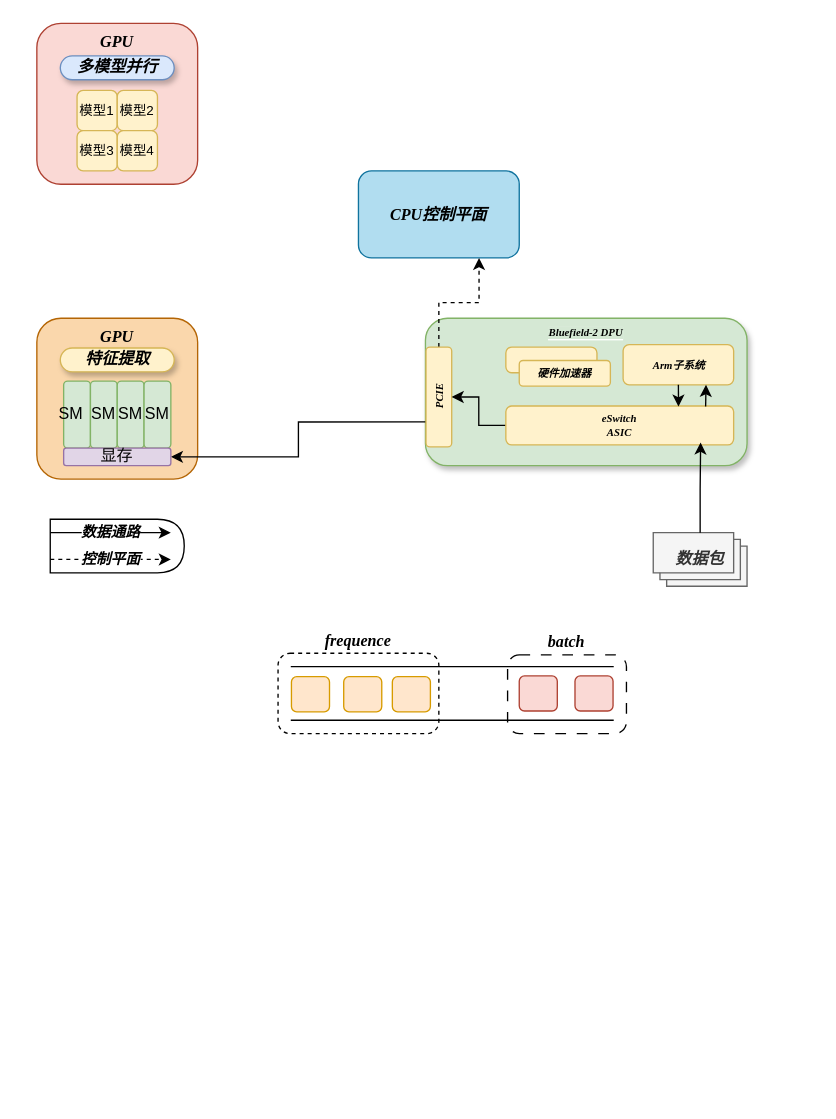
Before: 未命名绘图.drawio in CHRIS123540/GPU, a draw.io diagram. Source tidied: cells renumbered, new cells numbered last; positions are measured from the earlier drawing's top-left corner, leaving out a move shared by most shapes. Both pictures are drawn from the tidied source at 134%, with x=0, y=0 at pixel (23, 23).
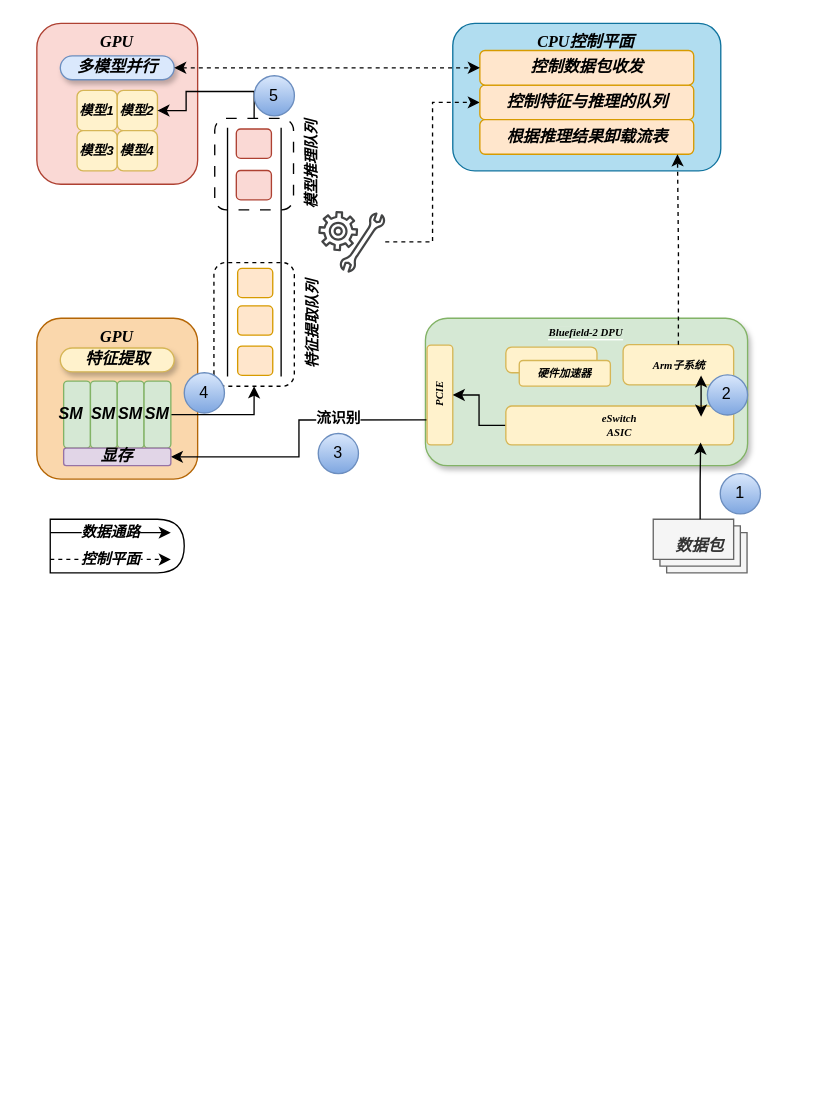
The same page after the edit.

Commit message (it also covers changes not shown here):
更新未命名绘图.drawio

Unchanged cells that the change refers to:
```xml
<mxCell id="12" value="多模型并行" style="rounded=1;whiteSpace=wrap;html=1;arcSize=50;fillColor=#dae8fc;strokeColor=#6c8ebf;shadow=1;fillStyle=auto;fontFamily=Times New Roman;fontStyle=3;" parent="2" vertex="1">
  <mxGeometry x="27.5" y="24.2" width="85" height="17.8" as="geometry" />
</mxCell>
<mxCell id="14" style="edgeStyle=orthogonalEdgeStyle;rounded=0;jettySize=auto;html=1;exitX=1;exitY=0.25;exitDx=0;exitDy=0;entryX=1;entryY=0.5;entryDx=0;entryDy=0;" parent="2" edge="1" source="16" target="26">
  <mxGeometry relative="1" as="geometry" />
</mxCell>
<mxCell id="18" value="&lt;font style=&quot;font-size: 8px;&quot;&gt;eSwitch&lt;br&gt;&lt;span style=&quot;font-size: 8px;&quot;&gt;&lt;span style=&quot;font-size: 8px;&quot;&gt;ASIC&lt;br style=&quot;font-size: 8px;&quot;&gt;&lt;/span&gt;&lt;/span&gt;&lt;/font&gt;" style="rounded=1;html=1;fillColor=#fff2cc;strokeColor=#d6b656;direction=north;fontStyle=3;verticalAlign=middle;horizontal=1;whiteSpace=wrap;fontSize=8;fontFamily=Times New Roman;" parent="2" vertex="1">
  <mxGeometry x="360" y="285.5" width="170" height="29" as="geometry" />
</mxCell>
<mxCell id="19" value="&lt;font style=&quot;font-size: 8px;&quot;&gt;&lt;span style=&quot;font-size: 8px;&quot;&gt;&lt;span style=&quot;font-size: 8px;&quot;&gt;Arm子系统&lt;br style=&quot;font-size: 8px;&quot;&gt;&lt;/span&gt;&lt;/span&gt;&lt;/font&gt;" style="rounded=1;html=1;fillColor=#fff2cc;strokeColor=#d6b656;direction=north;fontStyle=3;verticalAlign=middle;horizontal=1;whiteSpace=wrap;fontSize=8;fontFamily=Times New Roman;" parent="2" vertex="1">
  <mxGeometry x="447.5" y="239.7" width="82.5" height="30" as="geometry" />
</mxCell>
```

What changed in the source:
```diff
@@
+    <mxCell id="43" style="group;" parent="1" vertex="1">
+      <mxGeometry width="550" height="420" as="geometry" />
+    </mxCell>
-    <mxCell id="2" style="group;" parent="1" vertex="1">
+    <mxCell id="2" style="group;" parent="43" vertex="1">
       <mxGeometry width="550" height="420" as="geometry" />
     </mxCell>
@@
     <mxCell id="4" value="数据包" style="verticalLabelPosition=middle;verticalAlign=middle;html=1;shape=mxgraph.basic.layered_rect;dx=10;outlineConnect=0;whiteSpace=wrap;horizontal=1;fontStyle=3;labelPosition=center;align=center;fontFamily=Times New Roman;fillColor=#f5f5f5;fontColor=#333333;strokeColor=#666666;" parent="2" vertex="1">
-      <mxGeometry x="470" y="380" width="70" height="40" as="geometry" />
+      <mxGeometry x="470" y="370" width="70" height="40" as="geometry" />
     </mxCell>
-    <mxCell id="5" value="CPU控制平面" style="rounded=1;whiteSpace=wrap;html=1;fillColor=#b1ddf0;strokeColor=#10739e;fontFamily=Times New Roman;fontStyle=3;" parent="2" vertex="1">
-      <mxGeometry x="250" y="110" width="120" height="65" as="geometry" />
+    <mxCell id="5" value="CPU控制平面" style="rounded=1;whiteSpace=wrap;html=1;fillColor=#b1ddf0;strokeColor=#10739e;fontFamily=Times New Roman;fontStyle=3;labelPosition=center;verticalLabelPosition=middle;align=center;verticalAlign=top;" parent="2" vertex="1">
+      <mxGeometry x="320.4" width="200" height="110" as="geometry" />
     </mxCell>
@@
     <mxCell id="13" value="&lt;span style=&quot;background-color: rgb(213, 232, 212); font-size: 8px;&quot;&gt;Bluefield-2 DPU&lt;/span&gt;" style="rounded=1;whiteSpace=wrap;html=1;fontStyle=3;fontFamily=Times New Roman;labelBackgroundColor=default;labelBorderColor=none;verticalAlign=top;fillColor=#d5e8d4;strokeColor=#82b366;shadow=1;fontSize=8;" parent="2" vertex="1">
-      <mxGeometry x="300" y="220" width="240" height="110" as="geometry" />
+      <mxGeometry x="300" y="220" width="240.4" height="110" as="geometry" />
     </mxCell>
@@
-    <mxCell id="15" style="edgeStyle=orthogonalEdgeStyle;rounded=0;jettySize=auto;html=1;exitX=0.5;exitY=1;exitDx=0;exitDy=0;entryX=0.75;entryY=1;entryDx=0;entryDy=0;dashed=1;" parent="2" edge="1" source="16" target="5">
-      <mxGeometry relative="1" as="geometry" />
-    </mxCell>
+    <mxCell id="44" value="&lt;b&gt;流识别&lt;/b&gt;" style="edgeLabel;html=1;align=center;verticalAlign=middle;" parent="14" vertex="1">
+      <mxGeometry x="-0.39" y="-1" relative="1" as="geometry" />
+    </mxCell>
     <mxCell id="16" value="&lt;font style=&quot;font-size: 8px;&quot;&gt;&lt;span style=&quot;font-size: 8px;&quot;&gt;&lt;span style=&quot;font-size: 8px;&quot;&gt;PCIE&lt;br style=&quot;font-size: 8px;&quot;&gt;&lt;/span&gt;&lt;/span&gt;&lt;/font&gt;" style="rounded=1;html=1;fillColor=#fff2cc;strokeColor=#d6b656;direction=west;fontStyle=3;verticalAlign=middle;horizontal=0;whiteSpace=wrap;fontSize=8;fontFamily=Times New Roman;" parent="2" vertex="1">
-      <mxGeometry x="300.4" y="241.5" width="19.2" height="74.5" as="geometry" />
+      <mxGeometry x="301.2" y="240" width="19.2" height="74.5" as="geometry" />
     </mxCell>
@@
-    <mxCell id="22" value="SM&lt;span style=&quot;white-space: pre;&quot;&gt;&#9;&lt;/span&gt;" style="rounded=1;whiteSpace=wrap;html=1;fillColor=#d5e8d4;strokeColor=#82b366;" parent="2" vertex="1">
+    <mxCell id="22" value="SM&lt;span style=&quot;white-space: pre;&quot;&gt;&#9;&lt;/span&gt;" style="rounded=1;whiteSpace=wrap;html=1;fillColor=#d5e8d4;strokeColor=#82b366;fontStyle=3;" parent="2" vertex="1">
       <mxGeometry x="30" y="266.9" width="20" height="50" as="geometry" />
     </mxCell>
-    <mxCell id="23" value="SM" style="rounded=1;whiteSpace=wrap;html=1;fillColor=#d5e8d4;strokeColor=#82b366;" parent="2" vertex="1">
+    <mxCell id="23" value="SM" style="rounded=1;whiteSpace=wrap;html=1;fillColor=#d5e8d4;strokeColor=#82b366;fontStyle=3;" parent="2" vertex="1">
       <mxGeometry x="50" y="266.9" width="20" height="50" as="geometry" />
     </mxCell>
-    <mxCell id="24" value="SM" style="rounded=1;whiteSpace=wrap;html=1;fillColor=#d5e8d4;strokeColor=#82b366;" parent="2" vertex="1">
+    <mxCell id="24" value="SM" style="rounded=1;whiteSpace=wrap;html=1;fillColor=#d5e8d4;strokeColor=#82b366;fontStyle=3;" parent="2" vertex="1">
       <mxGeometry x="70" y="266.9" width="20" height="50" as="geometry" />
     </mxCell>
+    <mxCell id="45" style="edgeStyle=orthogonalEdgeStyle;rounded=0;jettySize=auto;html=1;exitX=1;exitY=0.5;exitDx=0;exitDy=0;entryX=0;entryY=0.5;entryDx=0;entryDy=0;" parent="2" edge="1" source="25" target="35">
+      <mxGeometry relative="1" as="geometry" />
+    </mxCell>
-    <mxCell id="25" value="SM" style="rounded=1;whiteSpace=wrap;html=1;fillColor=#d5e8d4;strokeColor=#82b366;" parent="2" vertex="1">
+    <mxCell id="25" value="SM" style="rounded=1;whiteSpace=wrap;html=1;fillColor=#d5e8d4;strokeColor=#82b366;fontStyle=3;" parent="2" vertex="1">
       <mxGeometry x="90" y="266.9" width="20" height="50" as="geometry" />
     </mxCell>
-    <mxCell id="26" value="显存" style="rounded=1;whiteSpace=wrap;html=1;fillColor=#e1d5e7;strokeColor=#9673a6;" parent="2" vertex="1">
+    <mxCell id="26" value="显存" style="rounded=1;whiteSpace=wrap;html=1;fillColor=#e1d5e7;strokeColor=#9673a6;fontStyle=3;" parent="2" vertex="1">
       <mxGeometry x="30" y="316.9" width="80" height="13.1" as="geometry" />
     </mxCell>
-    <mxCell id="27" value="模型1" style="rounded=1;whiteSpace=wrap;html=1;fillColor=#fff2cc;strokeColor=#d6b656;fontSize=10;" parent="2" vertex="1">
+    <mxCell id="27" value="模型1" style="rounded=1;whiteSpace=wrap;html=1;fillColor=#fff2cc;strokeColor=#d6b656;fontSize=10;fontStyle=3;" parent="2" vertex="1">
       <mxGeometry x="40" y="50" width="30" height="30" as="geometry" />
     </mxCell>
-    <mxCell id="28" value="模型2" style="rounded=1;whiteSpace=wrap;html=1;fillColor=#fff2cc;strokeColor=#d6b656;fontSize=10;" parent="2" vertex="1">
+    <mxCell id="28" value="模型2" style="rounded=1;whiteSpace=wrap;html=1;fillColor=#fff2cc;strokeColor=#d6b656;fontSize=10;fontStyle=3;" parent="2" vertex="1">
       <mxGeometry x="70" y="50" width="30" height="30" as="geometry" />
     </mxCell>
-    <mxCell id="29" value="模型3" style="rounded=1;whiteSpace=wrap;html=1;fillColor=#fff2cc;strokeColor=#d6b656;fontSize=10;" parent="2" vertex="1">
+    <mxCell id="29" value="模型3" style="rounded=1;whiteSpace=wrap;html=1;fillColor=#fff2cc;strokeColor=#d6b656;fontSize=10;fontStyle=3;" parent="2" vertex="1">
       <mxGeometry x="40" y="80" width="30" height="30" as="geometry" />
     </mxCell>
-    <mxCell id="30" value="模型4" style="rounded=1;whiteSpace=wrap;html=1;fillColor=#fff2cc;strokeColor=#d6b656;fontSize=10;" parent="2" vertex="1">
+    <mxCell id="30" value="模型4" style="rounded=1;whiteSpace=wrap;html=1;fillColor=#fff2cc;strokeColor=#d6b656;fontSize=10;fontStyle=3;" parent="2" vertex="1">
       <mxGeometry x="70" y="80" width="30" height="30" as="geometry" />
     </mxCell>
@@
-    <mxCell id="32" style="rounded=0;jettySize=auto;html=1;exitX=0;exitY=0.5;exitDx=0;exitDy=0;entryX=0.985;entryY=0.758;entryDx=0;entryDy=0;entryPerimeter=0;" parent="2" edge="1" source="19" target="18">
-      <mxGeometry relative="1" as="geometry" />
-    </mxCell>
-    <mxCell id="33" style="rounded=0;jettySize=auto;html=1;exitX=0.985;exitY=0.877;exitDx=0;exitDy=0;entryX=0;entryY=0.75;entryDx=0;entryDy=0;exitPerimeter=0;" parent="2" edge="1" source="18" target="19">
-      <mxGeometry relative="1" as="geometry" />
-    </mxCell>
-    <mxCell id="34" style="group;" parent="1" vertex="1">
-      <mxGeometry x="40" y="390" width="550" height="410" as="geometry" />
-    </mxCell>
+    <mxCell id="46" style="group;" parent="2" vertex="1">
+      <mxGeometry x="142.2" y="70.8" width="60" height="199.9" as="geometry" />
+    </mxCell>
-    <mxCell id="35" value="frequence" style="rounded=1;whiteSpace=wrap;html=1;verticalAlign=bottom;labelPosition=center;verticalLabelPosition=top;align=center;dashed=1;fontFamily=Times New Roman;fontStyle=3;" parent="34" vertex="1">
-      <mxGeometry x="150" y="80" width="120" height="60" as="geometry" />
+    <mxCell id="35" value="特征提取队列" style="rounded=1;whiteSpace=wrap;html=1;verticalAlign=top;labelPosition=center;verticalLabelPosition=bottom;align=center;dashed=1;fontFamily=Times New Roman;fontStyle=3;fontSize=11;rotation=-90;" parent="46" vertex="1">
+      <mxGeometry x="-16.2" y="123.8" width="92.3" height="60" as="geometry" />
     </mxCell>
-    <mxCell id="36" value="&lt;span&gt;&lt;span&gt;&lt;font&gt;batch&lt;/font&gt;&lt;/span&gt;&lt;/span&gt;" style="rounded=1;whiteSpace=wrap;html=1;gradientColor=none;dashed=1;dashPattern=8 8;labelPosition=center;verticalLabelPosition=top;align=center;verticalAlign=bottom;fontFamily=Times New Roman;fontStyle=3;" parent="34" vertex="1">
-      <mxGeometry x="321.3" y="81.2" width="88.7" height="58.8" as="geometry" />
+    <mxCell id="36" value="&lt;span style=&quot;font-size: 11px;&quot;&gt;&lt;span style=&quot;font-size: 11px;&quot;&gt;&lt;font style=&quot;font-size: 11px;&quot;&gt;模型推理队列&lt;/font&gt;&lt;/span&gt;&lt;/span&gt;" style="rounded=1;whiteSpace=wrap;html=1;gradientColor=none;dashed=1;dashPattern=8 8;labelPosition=center;verticalLabelPosition=bottom;align=center;verticalAlign=top;fontFamily=Times New Roman;fontStyle=3;fontSize=11;rotation=-90;" parent="46" vertex="1">
+      <mxGeometry x="-4.2" y="4.8" width="68.3" height="58.8" as="geometry" />
     </mxCell>
-    <mxCell id="37" style="shape=partialRectangle;whiteSpace=wrap;html=1;left=0;right=0;fillColor=none;fontFamily=Times New Roman;fontStyle=3;" parent="34" vertex="1">
-      <mxGeometry x="160" y="90" width="240" height="40" as="geometry" />
+    <mxCell id="37" style="shape=partialRectangle;whiteSpace=wrap;html=1;left=0;right=0;fillColor=none;fontFamily=Times New Roman;fontStyle=3;fontSize=11;rotation=-90;" parent="46" vertex="1">
+      <mxGeometry x="-62.2" y="79.8" width="184.6" height="40" as="geometry" />
     </mxCell>
-    <mxCell id="38" style="rounded=1;whiteSpace=wrap;html=1;fillColor=#fad9d5;strokeColor=#ae4132;fontFamily=Times New Roman;fontStyle=3;" parent="34" vertex="1">
-      <mxGeometry x="330" y="96.9" width="28.4" height="26.2" as="geometry" />
+    <mxCell id="38" style="rounded=1;whiteSpace=wrap;html=1;fillColor=#fad9d5;strokeColor=#ae4132;fontFamily=Times New Roman;fontStyle=3;fontSize=11;rotation=-90;" parent="46" vertex="1">
+      <mxGeometry x="18.8" y="36.8" width="21.9" height="26.2" as="geometry" />
     </mxCell>
-    <mxCell id="39" style="rounded=1;whiteSpace=wrap;html=1;fillColor=#ffe6cc;strokeColor=#d79b00;fontFamily=Times New Roman;fontStyle=3;" parent="34" vertex="1">
-      <mxGeometry x="160" y="97.5" width="28.4" height="26.2" as="geometry" />
+    <mxCell id="39" style="rounded=1;whiteSpace=wrap;html=1;fillColor=#ffe6cc;strokeColor=#d79b00;fontFamily=Times New Roman;fontStyle=3;fontSize=11;rotation=-90;" parent="46" vertex="1">
+      <mxGeometry x="19.8" y="167.8" width="21.9" height="26.2" as="geometry" />
     </mxCell>
-    <mxCell id="40" style="rounded=1;whiteSpace=wrap;html=1;fillColor=#ffe6cc;strokeColor=#d79b00;fontFamily=Times New Roman;fontStyle=3;" parent="34" vertex="1">
-      <mxGeometry x="199" y="97.5" width="28.4" height="26.2" as="geometry" />
+    <mxCell id="40" style="rounded=1;whiteSpace=wrap;html=1;fillColor=#ffe6cc;strokeColor=#d79b00;fontFamily=Times New Roman;fontStyle=3;fontSize=11;rotation=-90;" parent="46" vertex="1">
+      <mxGeometry x="19.8" y="137.8" width="21.9" height="26.2" as="geometry" />
     </mxCell>
-    <mxCell id="41" style="rounded=1;whiteSpace=wrap;html=1;fillColor=#ffe6cc;strokeColor=#d79b00;fontFamily=Times New Roman;fontStyle=3;" parent="34" vertex="1">
-      <mxGeometry x="235.3" y="97.5" width="28.4" height="26.2" as="geometry" />
+    <mxCell id="41" style="rounded=1;whiteSpace=wrap;html=1;fillColor=#ffe6cc;strokeColor=#d79b00;fontFamily=Times New Roman;fontStyle=3;fontSize=11;rotation=-90;" parent="46" vertex="1">
+      <mxGeometry x="19.8" y="109.8" width="21.9" height="26.2" as="geometry" />
     </mxCell>
-    <mxCell id="42" style="rounded=1;whiteSpace=wrap;html=1;fillColor=#fad9d5;strokeColor=#ae4132;fontFamily=Times New Roman;fontStyle=3;" parent="34" vertex="1">
-      <mxGeometry x="371.6" y="96.9" width="28.4" height="26.2" as="geometry" />
+    <mxCell id="42" style="rounded=1;whiteSpace=wrap;html=1;fillColor=#fad9d5;strokeColor=#ae4132;fontFamily=Times New Roman;fontStyle=3;fontSize=11;rotation=-90;" parent="46" vertex="1">
+      <mxGeometry x="18.8" y="5.8" width="21.9" height="26.2" as="geometry" />
     </mxCell>
+    <mxCell id="47" style="edgeStyle=orthogonalEdgeStyle;rounded=0;jettySize=auto;html=1;exitX=1;exitY=0.5;exitDx=0;exitDy=0;entryX=1;entryY=0.5;entryDx=0;entryDy=0;" parent="2" edge="1" source="36" target="28">
+      <mxGeometry relative="1" as="geometry" />
+    </mxCell>
+    <mxCell id="48" style="edgeStyle=orthogonalEdgeStyle;rounded=0;jettySize=auto;html=1;entryX=0;entryY=0.5;entryDx=0;entryDy=0;dashed=1;" parent="2" edge="1" source="49" target="50">
+      <mxGeometry relative="1" as="geometry" />
+    </mxCell>
+    <mxCell id="49" style="sketch=0;shadow=0;dashed=0;html=1;strokeColor=none;fillColor=#434445;labelPosition=center;verticalLabelPosition=bottom;verticalAlign=top;align=center;outlineConnect=0;shape=mxgraph.vvd.guest_agent_customization;" parent="2" vertex="1">
+      <mxGeometry x="220" y="140" width="50" height="46" as="geometry" />
+    </mxCell>
+    <mxCell id="50" value="控制特征与推理的队列" style="rounded=1;whiteSpace=wrap;html=1;fillColor=#ffe6cc;strokeColor=#d79b00;fontStyle=3;" parent="2" vertex="1">
+      <mxGeometry x="340.6" y="46" width="159.6" height="25.8" as="geometry" />
+    </mxCell>
+    <mxCell id="51" value="根据推理结果卸载流表" style="rounded=1;whiteSpace=wrap;html=1;fillColor=#ffe6cc;strokeColor=#d79b00;fontStyle=3;" parent="2" vertex="1">
+      <mxGeometry x="340.6" y="71.8" width="159.6" height="25.8" as="geometry" />
+    </mxCell>
+    <mxCell id="52" value="控制数据包收发" style="rounded=1;whiteSpace=wrap;html=1;fillColor=#ffe6cc;strokeColor=#d79b00;fontStyle=3;" parent="2" vertex="1">
+      <mxGeometry x="340.6" y="20.2" width="159.6" height="25.8" as="geometry" />
+    </mxCell>
+    <mxCell id="53" style="edgeStyle=orthogonalEdgeStyle;rounded=0;jettySize=auto;html=1;exitX=1;exitY=0.5;exitDx=0;exitDy=0;entryX=0.924;entryY=1.002;entryDx=0;entryDy=0;entryPerimeter=0;dashed=1;" parent="2" edge="1" source="19" target="51">
+      <mxGeometry relative="1" as="geometry" />
+    </mxCell>
+    <mxCell id="54" value="1" style="ellipse;whiteSpace=wrap;html=1;fillColor=#dae8fc;gradientColor=#7ea6e0;strokeColor=#6c8ebf;" parent="2" vertex="1">
+      <mxGeometry x="520" y="336" width="30" height="30" as="geometry" />
+    </mxCell>
+    <mxCell id="55" value="2" style="ellipse;whiteSpace=wrap;html=1;fillColor=#dae8fc;gradientColor=#7ea6e0;strokeColor=#6c8ebf;" parent="2" vertex="1">
+      <mxGeometry x="510.4" y="262.2" width="30" height="30" as="geometry" />
+    </mxCell>
+    <mxCell id="56" value="3" style="ellipse;whiteSpace=wrap;html=1;fillColor=#dae8fc;gradientColor=#7ea6e0;strokeColor=#6c8ebf;" parent="2" vertex="1">
+      <mxGeometry x="220" y="306" width="30" height="30" as="geometry" />
+    </mxCell>
+    <mxCell id="57" value="4" style="ellipse;whiteSpace=wrap;html=1;fillColor=#dae8fc;gradientColor=#7ea6e0;strokeColor=#6c8ebf;" parent="2" vertex="1">
+      <mxGeometry x="120" y="260.7" width="30" height="30" as="geometry" />
+    </mxCell>
+    <mxCell id="58" value="5" style="ellipse;whiteSpace=wrap;html=1;fillColor=#dae8fc;gradientColor=#7ea6e0;strokeColor=#6c8ebf;" parent="2" vertex="1">
+      <mxGeometry x="172.2" y="39" width="30" height="30" as="geometry" />
+    </mxCell>
+    <mxCell id="59" style="endArrow=classic;startArrow=classic;html=1;rounded=0;exitX=1;exitY=0.5;exitDx=0;exitDy=0;entryX=0;entryY=0.5;entryDx=0;entryDy=0;dashed=1;" parent="2" edge="1" source="12" target="52">
+      <mxGeometry relative="1" as="geometry" />
+    </mxCell>
+    <mxCell id="60" style="endArrow=classic;startArrow=classic;html=1;rounded=0;entryX=0.5;entryY=1;entryDx=0;entryDy=0;exitX=1;exitY=1;exitDx=0;exitDy=0;" parent="43" edge="1">
+      <mxGeometry relative="1" as="geometry">
+        <mxPoint x="505.7" y="293.5" as="sourcePoint" />
+        <mxPoint x="505.7" y="262.7" as="targetPoint" />
+      </mxGeometry>
+    </mxCell>
```
